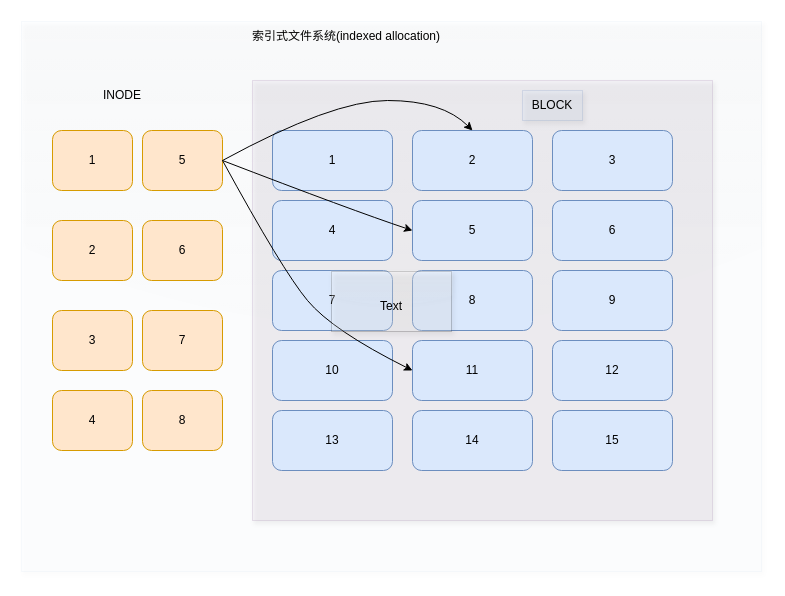
Above: 架构图/linux-file-system.drawio in gxstax/linux-system (draw.io), before the change. Source tidied: cells renumbered, new cells numbered last; positions are measured from the earlier drawing's top-left corner, leaving out a move shared by most shapes. Both pictures are drawn from the tidied source at 100%, with x=0, y=0 at pixel (21, 21).
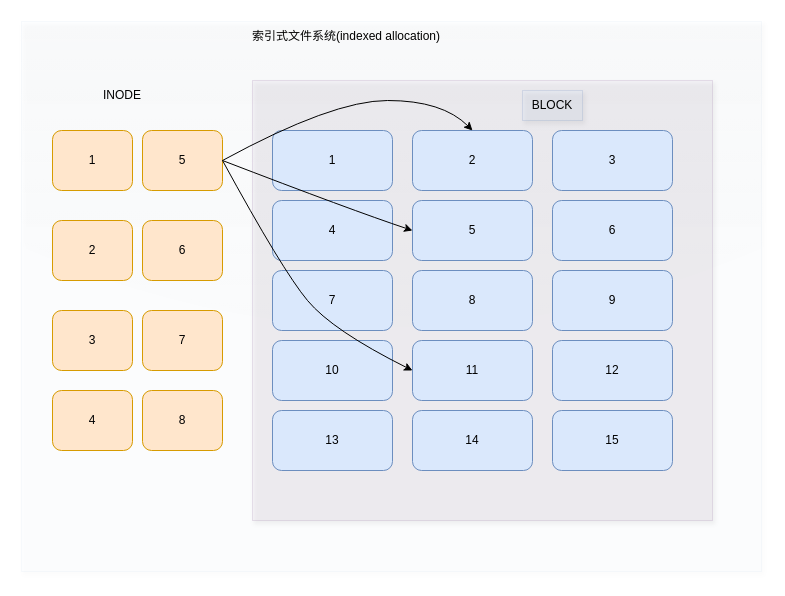
The same page after the edit.

Commit message (it also covers changes not shown here):
文件系统inode-block结构图

The edit, as a diff of the source:
```diff
@@
-    <mxCell id="32" style="rounded=0;whiteSpace=wrap;html=1;shadow=1;glass=1;opacity=20;" parent="1" vertex="1">
-      <mxGeometry x="310" y="250" width="120" height="60" as="geometry" />
-    </mxCell>
-    <mxCell id="33" value="Text" style="text;html=1;strokeColor=none;fillColor=none;align=center;verticalAlign=middle;whiteSpace=wrap;rounded=0;shadow=1;glass=1;opacity=5;" parent="1" vertex="1">
-      <mxGeometry x="340" y="270" width="60" height="30" as="geometry" />
-    </mxCell>
```
